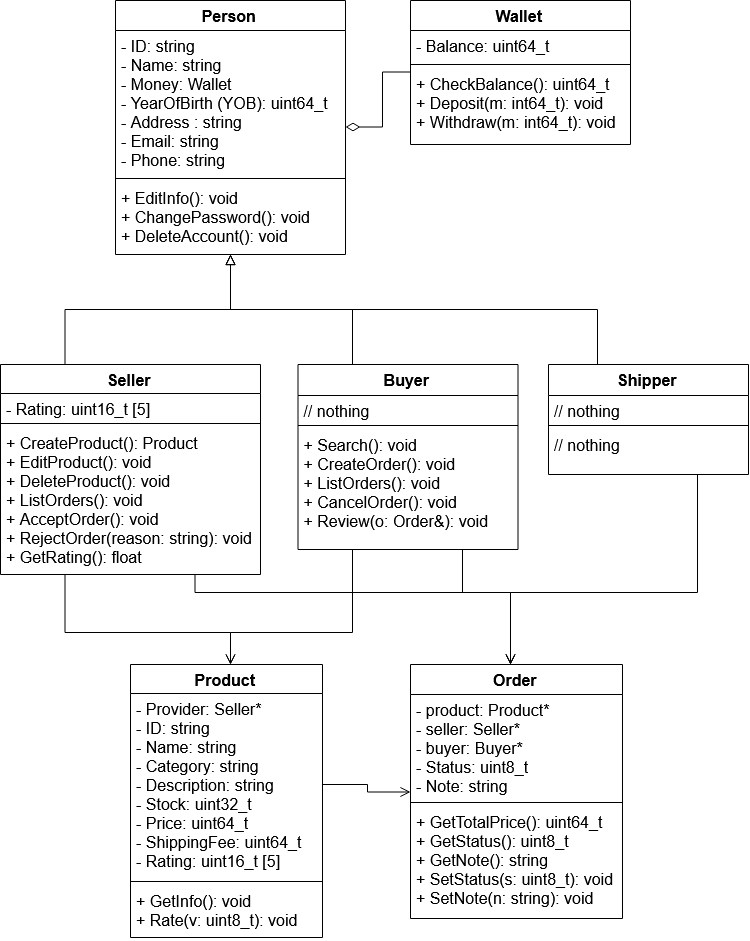
Earlier version of the draw.io export docs/ClassDiagram.png (84436/LTHDT-18CLC6-Group17). Source tidied: cells renumbered, new cells last; positions are measured from the earlier drawing's top-left corner, leaving out a move shared by most shapes.
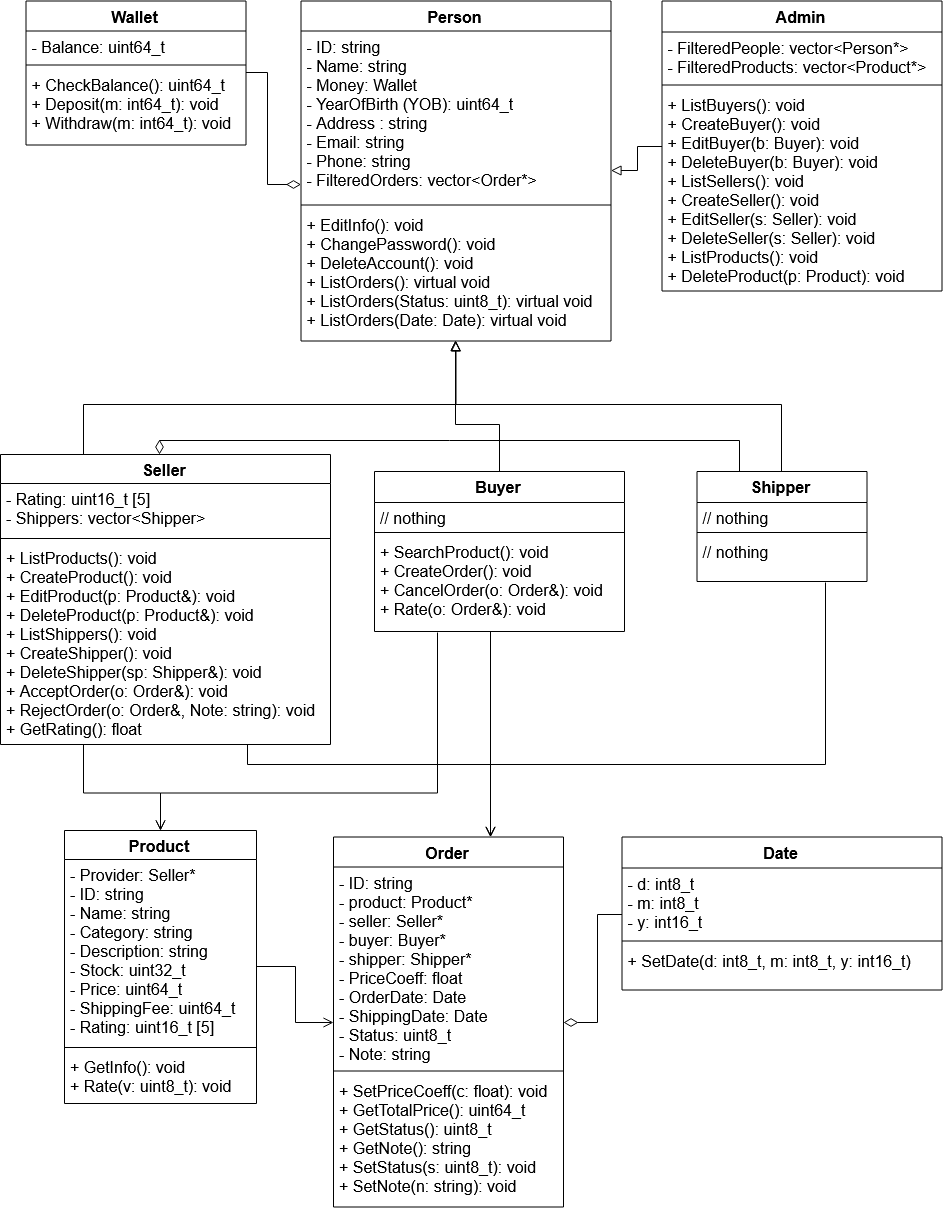
The same file after the commit.

Commit message:
cập nhật sơ đồ lớp và mô tả

The edit, as a diff of the source:
```diff
@@ -5,15 +5,27 @@
     <mxCell id="2" value="Person" style="swimlane;fontStyle=1;align=center;verticalAlign=top;horizontal=1;startSize=30;fontSize=16;" parent="1" vertex="1">
-      <mxGeometry x="115" width="230" height="254" as="geometry" />
+      <mxGeometry x="373.5" y="128.5" width="310" height="340" as="geometry" />
     </mxCell>
-    <mxCell id="3" value="- ID: string&#10;- Name: string&#10;- Money: Wallet&#10;- YearOfBirth (YOB): uint64_t&#10;- Address : string&#10;- Email: string&#10;- Phone: string" style="text;strokeColor=none;fillColor=none;align=left;verticalAlign=top;spacingLeft=4;spacingRight=4;overflow=hidden;fontSize=16;" parent="2" vertex="1">
-      <mxGeometry y="30" width="230" height="144" as="geometry" />
+    <mxCell id="3" value="- ID: string&#10;- Name: string&#10;- Money: Wallet&#10;- YearOfBirth (YOB): uint64_t&#10;- Address : string&#10;- Email: string&#10;- Phone: string&#10;- FilteredOrders: vector&lt;Order*&gt;&#10;" style="text;strokeColor=none;fillColor=none;align=left;verticalAlign=top;spacingLeft=4;spacingRight=4;overflow=hidden;fontSize=16;" parent="2" vertex="1">
+      <mxGeometry y="30" width="310" height="170" as="geometry" />
     </mxCell>
     <mxCell id="4" style="line;strokeWidth=1;fillColor=none;align=left;verticalAlign=middle;spacingTop=-1;spacingLeft=3;spacingRight=3;labelPosition=right;fontSize=16;" parent="2" vertex="1">
-      <mxGeometry y="174" width="230" height="8" as="geometry" />
+      <mxGeometry y="200" width="310" height="8" as="geometry" />
     </mxCell>
-    <mxCell id="5" value="+ EditInfo(): void&#10;+ ChangePassword(): void&#10;+ DeleteAccount(): void&#10;" style="text;strokeColor=none;fillColor=none;align=left;verticalAlign=top;spacingLeft=4;spacingRight=4;overflow=hidden;points=[[0,0.5],[1,0.5]];portConstraint=eastwest;fontSize=16;" parent="2" vertex="1">
-      <mxGeometry y="182" width="230" height="72" as="geometry" />
+    <mxCell id="5" value="+ EditInfo(): void&#10;+ ChangePassword(): void&#10;+ DeleteAccount(): void&#10;+ ListOrders(): virtual void&#10;+ ListOrders(Status: uint8_t): virtual void&#10;+ ListOrders(Date: Date): virtual void" style="text;strokeColor=none;fillColor=none;align=left;verticalAlign=top;spacingLeft=4;spacingRight=4;overflow=hidden;points=[[0,0.5],[1,0.5]];portConstraint=eastwest;fontSize=16;" parent="2" vertex="1">
+      <mxGeometry y="208" width="310" height="132" as="geometry" />
     </mxCell>
-    <mxCell id="6" style="edgeStyle=elbowEdgeStyle;rounded=0;jumpSize=6;jettySize=auto;elbow=vertical;exitX=0.25;exitY=0;exitDx=0;exitDy=0;endArrow=block;endFill=0;endSize=8;strokeWidth=1;fontSize=16;" parent="1" edge="1" source="9" target="2">
-      <mxGeometry relative="1" as="geometry" />
+    <mxCell id="6" style="edgeStyle=elbowEdgeStyle;rounded=0;jumpSize=6;jettySize=auto;elbow=vertical;endArrow=block;endFill=0;endSize=8;strokeWidth=1;fontSize=16;entryX=0.5;entryY=1.002;entryDx=0;entryDy=0;entryPerimeter=0;exitX=0.5;exitY=0;exitDx=0;exitDy=0;" parent="1" edge="1" source="9" target="5">
+      <mxGeometry relative="1" as="geometry">
+        <Array as="points">
+          <mxPoint x="536" y="552" />
+          <mxPoint x="573" y="552" />
+          <mxPoint x="533" y="532" />
+          <mxPoint x="543" y="542" />
+          <mxPoint x="533" y="532" />
+          <mxPoint x="533" y="522" />
+          <mxPoint x="557" y="512" />
+          <mxPoint x="543" y="512" />
+          <mxPoint x="513" y="522" />
+        </Array>
+      </mxGeometry>
     </mxCell>
@@ -22,3 +34,7 @@
         <Array as="points">
-          <mxPoint x="230" y="632" />
+          <mxPoint x="363" y="920.5" />
+          <mxPoint x="363" y="910.5" />
+          <mxPoint x="363" y="910.5" />
+          <mxPoint x="365" y="870.5" />
+          <mxPoint x="365" y="867" />
         </Array>
@@ -26,7 +42,11 @@
     </mxCell>
-    <mxCell id="8" style="edgeStyle=elbowEdgeStyle;rounded=0;jumpSize=6;jettySize=auto;elbow=vertical;exitX=0.75;exitY=1;exitDx=0;exitDy=0;endArrow=open;endFill=0;endSize=8;strokeWidth=1;fontSize=16;" parent="1" edge="1" source="9" target="30">
+    <mxCell id="8" style="edgeStyle=elbowEdgeStyle;rounded=0;jumpSize=6;jettySize=auto;elbow=vertical;endArrow=open;endFill=0;endSize=8;strokeWidth=1;fontSize=16;" parent="1" edge="1" source="12" target="30">
       <mxGeometry relative="1" as="geometry">
         <Array as="points">
-          <mxPoint x="510" y="592" />
-          <mxPoint x="510" y="522" />
+          <mxPoint x="563" y="820.5" />
+          <mxPoint x="645" y="850.5" />
+          <mxPoint x="613" y="810.5" />
+          <mxPoint x="645" y="850.5" />
+          <mxPoint x="645" y="827" />
+          <mxPoint x="645" y="757" />
         </Array>
@@ -35,15 +55,21 @@
     <mxCell id="9" value="Buyer" style="swimlane;fontStyle=1;align=center;verticalAlign=top;horizontal=1;startSize=31;fontSize=16;" parent="1" vertex="1">
-      <mxGeometry x="297.5" y="364" width="220" height="185" as="geometry" />
+      <mxGeometry x="447" y="599" width="250" height="160" as="geometry" />
     </mxCell>
     <mxCell id="10" value="// nothing" style="text;strokeColor=none;fillColor=none;align=left;verticalAlign=top;spacingLeft=4;spacingRight=4;overflow=hidden;fontSize=16;" parent="9" vertex="1">
-      <mxGeometry y="31" width="220" height="26" as="geometry" />
+      <mxGeometry y="31" width="250" height="26" as="geometry" />
     </mxCell>
     <mxCell id="11" style="line;strokeWidth=1;fillColor=none;align=left;verticalAlign=middle;spacingTop=-1;spacingLeft=3;spacingRight=3;labelPosition=right;fontSize=16;" parent="9" vertex="1">
-      <mxGeometry y="57" width="220" height="8" as="geometry" />
+      <mxGeometry y="57" width="250" height="8" as="geometry" />
     </mxCell>
-    <mxCell id="12" value="+ Search(): void&#10;+ CreateOrder(): void&#10;+ ListOrders(): void&#10;+ CancelOrder(): void&#10;+ Review(o: Order&amp;): void" style="text;strokeColor=none;fillColor=none;align=left;verticalAlign=top;spacingLeft=4;spacingRight=4;overflow=hidden;points=[[0,0.5],[1,0.5]];portConstraint=eastwest;fontSize=16;" parent="9" vertex="1">
-      <mxGeometry y="65" width="220" height="120" as="geometry" />
+    <mxCell id="12" value="+ SearchProduct(): void&#10;+ CreateOrder(): void&#10;+ CancelOrder(o: Order&amp;): void&#10;+ Rate(o: Order&amp;): void" style="text;strokeColor=none;fillColor=none;align=left;verticalAlign=top;spacingLeft=4;spacingRight=4;overflow=hidden;points=[[0,0.5],[1,0.5]];portConstraint=eastwest;fontSize=16;" parent="9" vertex="1">
+      <mxGeometry y="65" width="250" height="95" as="geometry" />
     </mxCell>
     <mxCell id="13" style="edgeStyle=elbowEdgeStyle;rounded=0;jumpSize=6;jettySize=auto;elbow=vertical;exitX=0.25;exitY=0;exitDx=0;exitDy=0;endArrow=block;endFill=0;endSize=8;strokeWidth=1;fontSize=16;" parent="1" edge="1" source="16" target="2">
-      <mxGeometry relative="1" as="geometry" />
+      <mxGeometry relative="1" as="geometry">
+        <Array as="points">
+          <mxPoint x="373" y="532" />
+          <mxPoint x="353" y="533.5" />
+          <mxPoint x="302" y="533.5" />
+        </Array>
+      </mxGeometry>
     </mxCell>
@@ -52,3 +78,8 @@
         <Array as="points">
-          <mxPoint x="230" y="632" />
+          <mxPoint x="233" y="920.5" />
+          <mxPoint x="403" y="920.5" />
+          <mxPoint x="365" y="910.5" />
+          <mxPoint x="365" y="870.5" />
+          <mxPoint x="365" y="867.5" />
+          <mxPoint x="365" y="867" />
         </Array>
@@ -59,6 +90,8 @@
         <Array as="points">
-          <mxPoint x="510" y="592" />
-          <mxPoint x="510" y="522" />
-          <mxPoint x="500" y="522" />
-          <mxPoint x="340" y="422" />
+          <mxPoint x="563" y="892" />
+          <mxPoint x="512" y="850.5" />
+          <mxPoint x="487" y="850.5" />
+          <mxPoint x="645" y="757" />
+          <mxPoint x="635" y="757" />
+          <mxPoint x="475" y="657" />
         </Array>
@@ -67,15 +100,24 @@
     <mxCell id="16" value="Seller" style="swimlane;fontStyle=1;align=center;verticalAlign=top;horizontal=1;startSize=29;fontSize=16;" parent="1" vertex="1">
-      <mxGeometry y="364" width="260" height="210" as="geometry" />
+      <mxGeometry x="73" y="582" width="330" height="290" as="geometry" />
     </mxCell>
-    <mxCell id="17" value="- Rating: uint16_t [5]" style="text;strokeColor=none;fillColor=none;align=left;verticalAlign=top;spacingLeft=4;spacingRight=4;overflow=hidden;fontSize=16;" parent="16" vertex="1">
-      <mxGeometry y="29" width="260" height="26" as="geometry" />
+    <mxCell id="17" value="- Rating: uint16_t [5]&#10;- Shippers: vector&lt;Shipper&gt;&#10;" style="text;strokeColor=none;fillColor=none;align=left;verticalAlign=top;spacingLeft=4;spacingRight=4;overflow=hidden;fontSize=16;" parent="16" vertex="1">
+      <mxGeometry y="29" width="330" height="51" as="geometry" />
     </mxCell>
     <mxCell id="18" style="line;strokeWidth=1;fillColor=none;align=left;verticalAlign=middle;spacingTop=-1;spacingLeft=3;spacingRight=3;labelPosition=right;fontSize=16;" parent="16" vertex="1">
-      <mxGeometry y="55" width="260" height="8" as="geometry" />
+      <mxGeometry y="80" width="330" height="8" as="geometry" />
     </mxCell>
-    <mxCell id="19" value="+ CreateProduct(): Product&#10;+ EditProduct(): void&#10;+ DeleteProduct(): void&#10;+ ListOrders(): void&#10;+ AcceptOrder(): void&#10;+ RejectOrder(reason: string): void&#10;+ GetRating(): float&#10;" style="text;strokeColor=none;fillColor=none;align=left;verticalAlign=top;spacingLeft=4;spacingRight=4;overflow=hidden;fontSize=16;" parent="16" vertex="1">
-      <mxGeometry y="63" width="260" height="147" as="geometry" />
+    <mxCell id="19" value="+ ListProducts(): void&#10;+ CreateProduct(): void&#10;+ EditProduct(p: Product&amp;): void&#10;+ DeleteProduct(p: Product&amp;): void&#10;+ ListShippers(): void&#10;+ CreateShipper(): void&#10;+ DeleteShipper(sp: Shipper&amp;): void&#10;+ AcceptOrder(o: Order&amp;): void&#10;+ RejectOrder(o: Order&amp;, Note: string): void&#10;+ GetRating(): float&#10;" style="text;strokeColor=none;fillColor=none;align=left;verticalAlign=top;spacingLeft=4;spacingRight=4;overflow=hidden;fontSize=16;" parent="16" vertex="1">
+      <mxGeometry y="88" width="330" height="202" as="geometry" />
     </mxCell>
-    <mxCell id="20" style="edgeStyle=elbowEdgeStyle;rounded=0;jumpSize=6;jettySize=auto;elbow=vertical;exitX=0.25;exitY=0;exitDx=0;exitDy=0;endArrow=block;endFill=0;endSize=8;strokeWidth=1;fontSize=16;" parent="1" edge="1" source="22" target="2">
-      <mxGeometry relative="1" as="geometry" />
+    <mxCell id="20" style="edgeStyle=elbowEdgeStyle;rounded=0;jumpSize=6;jettySize=auto;elbow=vertical;exitX=0.5;exitY=0;exitDx=0;exitDy=0;endArrow=block;endFill=0;endSize=8;strokeWidth=1;fontSize=16;entryX=0.5;entryY=1.001;entryDx=0;entryDy=0;entryPerimeter=0;" parent="1" edge="1" source="22" target="5">
+      <mxGeometry relative="1" as="geometry">
+        <Array as="points">
+          <mxPoint x="663" y="532" />
+          <mxPoint x="683" y="532" />
+          <mxPoint x="573" y="531" />
+          <mxPoint x="573" y="531" />
+          <mxPoint x="353" y="530.5" />
+          <mxPoint x="583" y="533.5" />
+        </Array>
+      </mxGeometry>
     </mxCell>
@@ -84,3 +126,5 @@
         <Array as="points">
-          <mxPoint x="510" y="592" />
+          <mxPoint x="563" y="892" />
+          <mxPoint x="645" y="850.5" />
+          <mxPoint x="645" y="827" />
         </Array>
@@ -88,16 +132,26 @@
     </mxCell>
+    <mxCell id="40" style="edgeStyle=orthogonalEdgeStyle;rounded=0;jettySize=auto;html=1;endArrow=diamondThin;endFill=0;endSize=12;exitX=0.25;exitY=0;exitDx=0;exitDy=0;" parent="1" edge="1" source="22" target="16">
+      <mxGeometry relative="1" as="geometry">
+        <Array as="points">
+          <mxPoint x="231" y="568.5" />
+        </Array>
+      </mxGeometry>
+    </mxCell>
     <mxCell id="22" value="Shipper" style="swimlane;fontStyle=1;align=center;verticalAlign=top;horizontal=1;startSize=31;fontSize=16;" parent="1" vertex="1">
-      <mxGeometry x="548" y="364" width="200" height="110" as="geometry" />
+      <mxGeometry x="769.5" y="599" width="170" height="110" as="geometry" />
     </mxCell>
     <mxCell id="23" value="// nothing" style="text;strokeColor=none;fillColor=none;align=left;verticalAlign=top;spacingLeft=4;spacingRight=4;overflow=hidden;fontSize=16;" parent="22" vertex="1">
-      <mxGeometry y="31" width="200" height="26" as="geometry" />
+      <mxGeometry y="31" width="170" height="26" as="geometry" />
     </mxCell>
     <mxCell id="24" style="line;strokeWidth=1;fillColor=none;align=left;verticalAlign=middle;spacingTop=-1;spacingLeft=3;spacingRight=3;labelPosition=right;fontSize=16;" parent="22" vertex="1">
-      <mxGeometry y="57" width="200" height="8" as="geometry" />
+      <mxGeometry y="57" width="170" height="8" as="geometry" />
     </mxCell>
     <mxCell id="25" value="// nothing" style="text;strokeColor=none;fillColor=none;align=left;verticalAlign=top;spacingLeft=4;spacingRight=4;overflow=hidden;fontSize=16;" parent="22" vertex="1">
-      <mxGeometry y="65" width="200" height="45" as="geometry" />
+      <mxGeometry y="65" width="170" height="45" as="geometry" />
     </mxCell>
+    <mxCell id="41" style="edgeStyle=orthogonalEdgeStyle;rounded=0;jettySize=auto;html=1;endArrow=open;endFill=0;endSize=8;" parent="1" edge="1" source="26" target="30">
+      <mxGeometry relative="1" as="geometry" />
+    </mxCell>
     <mxCell id="26" value="Product" style="swimlane;fontStyle=1;align=center;verticalAlign=top;horizontal=1;startSize=29;fontSize=16;" parent="1" vertex="1">
-      <mxGeometry x="130" y="664" width="192" height="273" as="geometry" />
+      <mxGeometry x="137" y="958" width="192" height="273" as="geometry" />
     </mxCell>
@@ -113,18 +167,23 @@
     <mxCell id="30" value="Order" style="swimlane;fontStyle=1;align=center;verticalAlign=top;horizontal=1;startSize=30;fontSize=16;" parent="1" vertex="1">
-      <mxGeometry x="410" y="664" width="212" height="254" as="geometry" />
+      <mxGeometry x="406" y="964.5" width="230" height="370" as="geometry" />
     </mxCell>
-    <mxCell id="31" value="- product: Product*&#10;- seller: Seller*&#10;- buyer: Buyer*&#10;- Status: uint8_t&#10;- Note: string&#10;" style="text;strokeColor=none;fillColor=none;align=left;verticalAlign=top;spacingLeft=4;spacingRight=4;overflow=hidden;fontSize=16;" parent="30" vertex="1">
-      <mxGeometry y="30" width="212" height="104" as="geometry" />
+    <mxCell id="31" value="- ID: string&#10;- product: Product*&#10;- seller: Seller*&#10;- buyer: Buyer*&#10;- shipper: Shipper*&#10;- PriceCoeff: float&#10;- OrderDate: Date&#10;- ShippingDate: Date&#10;- Status: uint8_t&#10;- Note: string&#10;" style="text;strokeColor=none;fillColor=none;align=left;verticalAlign=top;spacingLeft=4;spacingRight=4;overflow=hidden;fontSize=16;" parent="30" vertex="1">
+      <mxGeometry y="30" width="230" height="200" as="geometry" />
     </mxCell>
     <mxCell id="32" style="line;strokeWidth=1;fillColor=none;align=left;verticalAlign=middle;spacingTop=-1;spacingLeft=3;spacingRight=3;labelPosition=right;fontSize=16;" parent="30" vertex="1">
-      <mxGeometry y="134" width="212" height="8" as="geometry" />
+      <mxGeometry y="230" width="230" height="8" as="geometry" />
     </mxCell>
-    <mxCell id="33" value="+ GetTotalPrice(): uint64_t&#10;+ GetStatus(): uint8_t&#10;+ GetNote(): string&#10;+ SetStatus(s: uint8_t): void&#10;+ SetNote(n: string): void&#10;" style="text;strokeColor=none;fillColor=none;align=left;verticalAlign=top;spacingLeft=4;spacingRight=4;overflow=hidden;fontSize=16;" parent="30" vertex="1">
-      <mxGeometry y="142" width="212" height="112" as="geometry" />
+    <mxCell id="33" value="+ SetPriceCoeff(c: float): void&#10;+ GetTotalPrice(): uint64_t&#10;+ GetStatus(): uint8_t&#10;+ GetNote(): string&#10;+ SetStatus(s: uint8_t): void&#10;+ SetNote(n: string): void&#10;" style="text;strokeColor=none;fillColor=none;align=left;verticalAlign=top;spacingLeft=4;spacingRight=4;overflow=hidden;fontSize=16;" parent="30" vertex="1">
+      <mxGeometry y="238" width="230" height="132" as="geometry" />
     </mxCell>
     <mxCell id="34" style="edgeStyle=orthogonalEdgeStyle;rounded=0;jettySize=auto;html=0;fontSize=16;endArrow=diamondThin;endFill=0;jumpSize=6;endSize=12;" parent="1" edge="1" source="35" target="2">
-      <mxGeometry relative="1" as="geometry" />
+      <mxGeometry relative="1" as="geometry">
+        <Array as="points">
+          <mxPoint x="339" y="200" />
+          <mxPoint x="339" y="312" />
+        </Array>
+      </mxGeometry>
     </mxCell>
     <mxCell id="35" value="Wallet" style="swimlane;fontStyle=1;align=center;verticalAlign=top;horizontal=1;startSize=30;glass=0;shadow=0;fontSize=16;" parent="1" vertex="1">
-      <mxGeometry x="410" width="220" height="144" as="geometry" />
+      <mxGeometry x="98.5" y="128.5" width="220" height="144" as="geometry" />
     </mxCell>
@@ -139,5 +198,32 @@
     </mxCell>
-    <mxCell id="39" style="edgeStyle=orthogonalEdgeStyle;rounded=0;jumpSize=6;jettySize=auto;html=0;endArrow=open;endFill=0;endSize=8;fontSize=16;" parent="1" edge="1" source="27" target="30">
-      <mxGeometry relative="1" as="geometry" />
-    </mxCell>
+    <mxCell id="42" style="edgeStyle=orthogonalEdgeStyle;rounded=0;jettySize=auto;html=1;endArrow=diamondThin;endFill=0;endSize=12;" parent="1" edge="1" source="43" target="30">
+      <mxGeometry relative="1" as="geometry" />
+    </mxCell>
+    <mxCell id="43" value="Date" style="swimlane;fontStyle=1;align=center;verticalAlign=top;horizontal=1;startSize=31;fontSize=16;" parent="1" vertex="1">
+      <mxGeometry x="694.5" y="964.5" width="320" height="153" as="geometry" />
+    </mxCell>
+    <mxCell id="44" value="- d: int8_t&#10;- m: int8_t&#10;- y: int16_t" style="text;strokeColor=none;fillColor=none;align=left;verticalAlign=top;spacingLeft=4;spacingRight=4;overflow=hidden;fontSize=16;" parent="43" vertex="1">
+      <mxGeometry y="31" width="320" height="69" as="geometry" />
+    </mxCell>
+    <mxCell id="45" style="line;strokeWidth=1;fillColor=none;align=left;verticalAlign=middle;spacingTop=-1;spacingLeft=3;spacingRight=3;labelPosition=right;fontSize=16;" parent="43" vertex="1">
+      <mxGeometry y="100" width="320" height="8" as="geometry" />
+    </mxCell>
+    <mxCell id="46" value="+ SetDate(d: int8_t, m: int8_t, y: int16_t)" style="text;strokeColor=none;fillColor=none;align=left;verticalAlign=top;spacingLeft=4;spacingRight=4;overflow=hidden;fontSize=16;" parent="43" vertex="1">
+      <mxGeometry y="108" width="320" height="45" as="geometry" />
+    </mxCell>
+    <mxCell id="47" style="edgeStyle=orthogonalEdgeStyle;rounded=0;jettySize=auto;html=1;endArrow=block;endFill=0;endSize=8;" parent="1" edge="1" source="48" target="2">
+      <mxGeometry relative="1" as="geometry" />
+    </mxCell>
+    <mxCell id="48" value="Admin" style="swimlane;fontStyle=1;align=center;verticalAlign=top;horizontal=1;startSize=31;fontSize=16;" parent="1" vertex="1">
+      <mxGeometry x="734.5" y="128.5" width="280" height="290" as="geometry" />
+    </mxCell>
+    <mxCell id="49" value="- FilteredPeople: vector&lt;Person*&gt;&#10;- FilteredProducts: vector&lt;Product*&gt;&#10;" style="text;strokeColor=none;fillColor=none;align=left;verticalAlign=top;spacingLeft=4;spacingRight=4;overflow=hidden;fontSize=16;" parent="48" vertex="1">
+      <mxGeometry y="31" width="280" height="49" as="geometry" />
+    </mxCell>
+    <mxCell id="50" style="line;strokeWidth=1;fillColor=none;align=left;verticalAlign=middle;spacingTop=-1;spacingLeft=3;spacingRight=3;labelPosition=right;fontSize=16;" parent="48" vertex="1">
+      <mxGeometry y="80" width="280" height="8" as="geometry" />
+    </mxCell>
+    <mxCell id="51" value="+ ListBuyers(): void&#10;+ CreateBuyer(): void&#10;+ EditBuyer(b: Buyer): void&#10;+ DeleteBuyer(b: Buyer): void&#10;+ ListSellers(): void&#10;+ CreateSeller(): void&#10;+ EditSeller(s: Seller): void&#10;+ DeleteSeller(s: Seller): void&#10;+ ListProducts(): void&#10;+ DeleteProduct(p: Product): void&#10;" style="text;strokeColor=none;fillColor=none;align=left;verticalAlign=top;spacingLeft=4;spacingRight=4;overflow=hidden;fontSize=16;" parent="48" vertex="1">
+      <mxGeometry y="88" width="280" height="202" as="geometry" />
+    </mxCell>
   </root>
```
